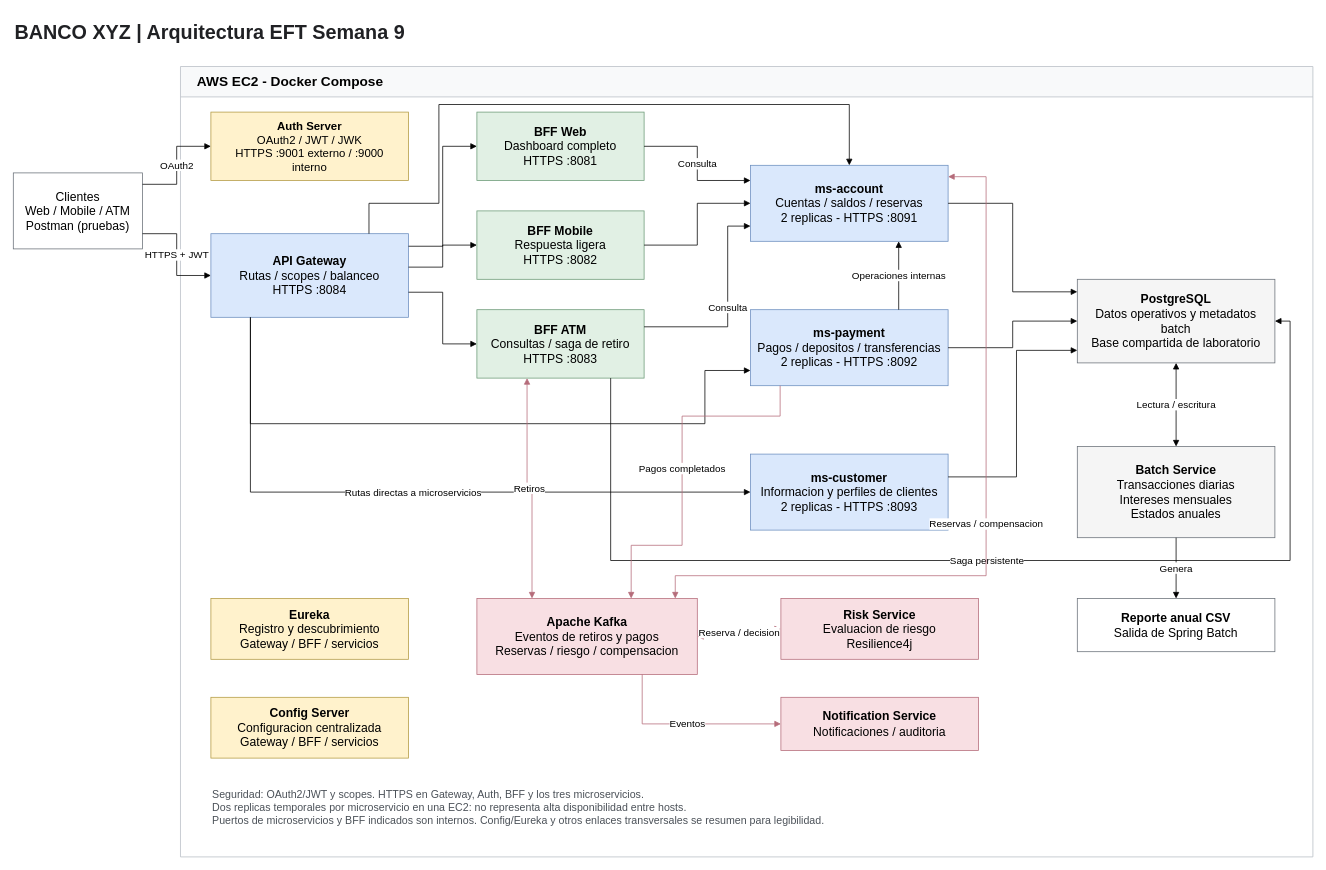
Above: evidencias/00-arquitectura.drawio in Arekkusu17/Desarrollo_Backend_III_Banco_XYZ (draw.io), before the change. Source tidied: cells renumbered, new cells numbered last; positions are measured from the earlier drawing's top-left corner, leaving out a move shared by most shapes. Both pictures are drawn from the tidied source at 76%, with x=0, y=0 at pixel (13, 13).
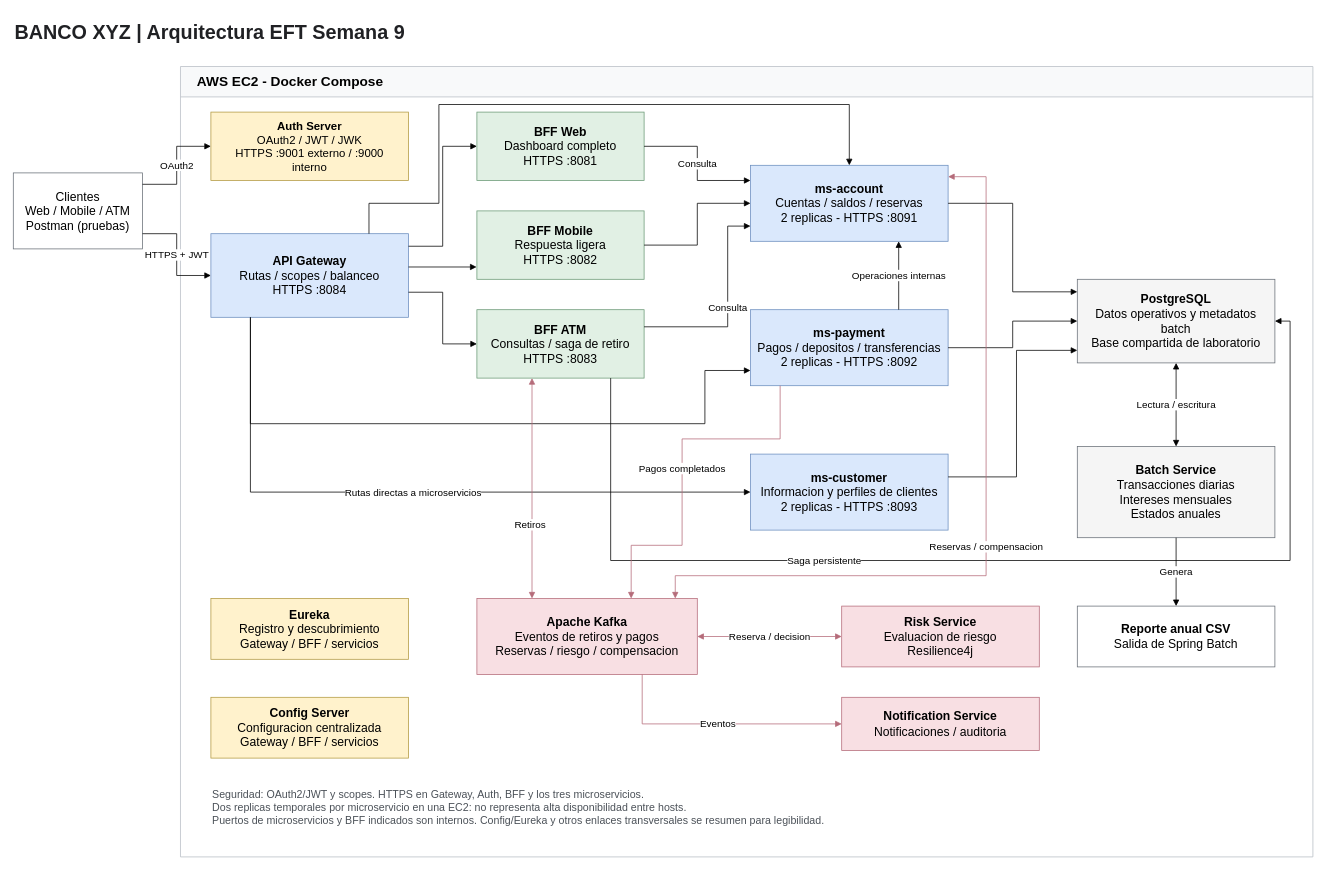
Above is the later version.

Unchanged cells that the change refers to:
```xml
<mxCell id="3" value="AWS EC2 - Docker Compose" style="swimlane;html=1;startSize=40;horizontal=1;rounded=0;fillColor=#f8f9fa;swimlaneFillColor=#ffffff;strokeColor=#b8bec5;fontSize=18;fontStyle=1;align=left;spacingLeft=20;" parent="1" vertex="1">
  <mxGeometry x="220" y="70" width="1490" height="1040" as="geometry" />
</mxCell>
<mxCell id="6" value="&lt;b&gt;API Gateway&lt;/b&gt;&lt;br&gt;Rutas / scopes / balanceo&lt;br&gt;HTTPS :8084" style="rounded=0;whiteSpace=wrap;html=1;fillColor=#dae8fc;strokeColor=#6c8ebf;fontSize=16;spacing=10;" parent="1" vertex="1">
  <mxGeometry x="260" y="290" width="260" height="110" as="geometry" />
</mxCell>
<mxCell id="8" value="&lt;b&gt;BFF Mobile&lt;/b&gt;&lt;br&gt;Respuesta ligera&lt;br&gt;HTTPS :8082" style="rounded=0;whiteSpace=wrap;html=1;fillColor=#e1f0e4;strokeColor=#6b9a76;fontSize=16;spacing=10;" parent="1" vertex="1">
  <mxGeometry x="610" y="260" width="220" height="90" as="geometry" />
</mxCell>
<mxCell id="9" value="&lt;b&gt;BFF ATM&lt;/b&gt;&lt;br&gt;Consultas / saga de retiro&lt;br&gt;HTTPS :8083" style="rounded=0;whiteSpace=wrap;html=1;fillColor=#e1f0e4;strokeColor=#6b9a76;fontSize=16;spacing=10;" parent="1" vertex="1">
  <mxGeometry x="610" y="390" width="220" height="90" as="geometry" />
</mxCell>
<mxCell id="10" value="&lt;b&gt;ms-account&lt;/b&gt;&lt;br&gt;Cuentas / saldos / reservas&lt;br&gt;2 replicas - HTTPS :8091" style="rounded=0;whiteSpace=wrap;html=1;fillColor=#dae8fc;strokeColor=#6c8ebf;fontSize=16;spacing=10;" parent="1" vertex="1">
  <mxGeometry x="970" y="200" width="260" height="100" as="geometry" />
</mxCell>
<mxCell id="11" value="&lt;b&gt;ms-payment&lt;/b&gt;&lt;br&gt;Pagos / depositos / transferencias&lt;br&gt;2 replicas - HTTPS :8092" style="rounded=0;whiteSpace=wrap;html=1;fillColor=#dae8fc;strokeColor=#6c8ebf;fontSize=16;spacing=10;" parent="1" vertex="1">
  <mxGeometry x="970" y="390" width="260" height="100" as="geometry" />
</mxCell>
<mxCell id="13" value="&lt;b&gt;PostgreSQL&lt;/b&gt;&lt;br&gt;Datos operativos y metadatos batch&lt;br&gt;Base compartida de laboratorio" style="rounded=0;whiteSpace=wrap;html=1;fillColor=#f5f5f5;strokeColor=#697078;fontSize=16;spacing=10;" parent="1" vertex="1">
  <mxGeometry x="1400" y="350" width="260" height="110" as="geometry" />
</mxCell>
<mxCell id="16" value="&lt;b&gt;Apache Kafka&lt;/b&gt;&lt;br&gt;Eventos de retiros y pagos&lt;br&gt;Reservas / riesgo / compensacion" style="rounded=0;whiteSpace=wrap;html=1;fillColor=#f8dfe3;strokeColor=#b56c7a;fontSize=16;spacing=10;" parent="1" vertex="1">
  <mxGeometry x="610" y="770" width="290" height="100" as="geometry" />
</mxCell>
```

Diff of the diagram source:
```diff
@@
+    <mxCell id="17" value="&lt;b&gt;Risk Service&lt;/b&gt;&lt;br&gt;Evaluacion de riesgo&lt;br&gt;Resilience4j" style="rounded=0;whiteSpace=wrap;html=1;fillColor=#f8dfe3;strokeColor=#b56c7a;fontSize=16;spacing=10;" parent="3" vertex="1">
+      <mxGeometry x="870" y="710" width="260" height="80" as="geometry" />
+    </mxCell>
+    <mxCell id="18" value="&lt;b&gt;Notification Service&lt;/b&gt;&lt;br&gt;Notificaciones / auditoria" style="rounded=0;whiteSpace=wrap;html=1;fillColor=#f8dfe3;strokeColor=#b56c7a;fontSize=16;spacing=10;" parent="3" vertex="1">
+      <mxGeometry x="870" y="830" width="260" height="70" as="geometry" />
+    </mxCell>
+    <mxCell id="15" value="&lt;b&gt;Reporte anual CSV&lt;/b&gt;&lt;br&gt;Salida de Spring Batch" style="rounded=0;whiteSpace=wrap;html=1;fillColor=#ffffff;strokeColor=#697078;fontSize=16;spacing=10;" parent="3" vertex="1">
+      <mxGeometry x="1180" y="710" width="260" height="80" as="geometry" />
+    </mxCell>
@@
-    <mxCell id="15" value="&lt;b&gt;Reporte anual CSV&lt;/b&gt;&lt;br&gt;Salida de Spring Batch" style="rounded=0;whiteSpace=wrap;html=1;fillColor=#ffffff;strokeColor=#697078;fontSize=16;spacing=10;" parent="1" vertex="1">
-      <mxGeometry x="1400" y="770" width="260" height="70" as="geometry" />
-    </mxCell>
@@
-    <mxCell id="17" value="&lt;b&gt;Risk Service&lt;/b&gt;&lt;br&gt;Evaluacion de riesgo&lt;br&gt;Resilience4j" style="rounded=0;whiteSpace=wrap;html=1;fillColor=#f8dfe3;strokeColor=#b56c7a;fontSize=16;spacing=10;" parent="1" vertex="1">
-      <mxGeometry x="1010" y="770" width="260" height="80" as="geometry" />
-    </mxCell>
-    <mxCell id="18" value="&lt;b&gt;Notification Service&lt;/b&gt;&lt;br&gt;Notificaciones / auditoria" style="rounded=0;whiteSpace=wrap;html=1;fillColor=#f8dfe3;strokeColor=#b56c7a;fontSize=16;spacing=10;" parent="1" vertex="1">
-      <mxGeometry x="1010" y="900" width="260" height="70" as="geometry" />
-    </mxCell>
@@
-    <mxCell id="25" style="edgeStyle=orthogonalEdgeStyle;rounded=0;html=1;endArrow=block;exitX=1;exitY=0.4;entryX=0;entryY=0.5;" parent="1" edge="1" source="6" target="8">
-      <mxGeometry relative="1" as="geometry" />
+    <mxCell id="25" style="edgeStyle=orthogonalEdgeStyle;rounded=0;html=1;endArrow=block;exitX=1;exitY=0.4;entryX=-0.002;entryY=0.82;entryDx=0;entryDy=0;entryPerimeter=0;" parent="1" edge="1" source="6" target="8">
+      <mxGeometry relative="1" as="geometry">
+        <Array as="points">
+          <mxPoint x="609.6" y="333.8" />
+        </Array>
+      </mxGeometry>
     </mxCell>
@@
     <mxCell id="37" value="Saga persistente" style="edgeStyle=orthogonalEdgeStyle;rounded=0;html=1;endArrow=block;fontSize=13;labelBackgroundColor=#ffffff;exitX=0.8;exitY=1;entryX=1;entryY=0.5;" parent="1" edge="1" source="9" target="13">
-      <mxGeometry relative="1" as="geometry">
+      <mxGeometry x="-0.29" relative="1" as="geometry">
         <Array as="points">
           <mxPoint x="786" y="720" />
           <mxPoint x="1680" y="720" />
           <mxPoint x="1680" y="405" />
         </Array>
       </mxGeometry>
     </mxCell>
@@
-    <mxCell id="40" value="Retiros" style="edgeStyle=orthogonalEdgeStyle;rounded=0;html=1;endArrow=block;startArrow=block;strokeColor=#b56c7a;fontSize=13;labelBackgroundColor=#ffffff;exitX=0.3;exitY=1;entryX=0.25;entryY=0;" parent="1" edge="1" source="9" target="16">
-      <mxGeometry relative="1" as="geometry" />
+    <mxCell id="40" value="Retiros" style="edgeStyle=orthogonalEdgeStyle;rounded=0;html=1;endArrow=block;startArrow=block;strokeColor=#b56c7a;fontSize=13;labelBackgroundColor=#ffffff;entryX=0.25;entryY=0;" parent="1" edge="1" target="16">
+      <mxGeometry x="0.33" y="-2" relative="1" as="geometry">
+        <mxPoint x="682.5" y="480" as="sourcePoint" />
+        <Array as="points">
+          <mxPoint x="682.5" y="480" />
+        </Array>
+        <mxPoint x="-1" as="offset" />
+      </mxGeometry>
     </mxCell>
     <mxCell id="41" value="Reservas / compensacion" style="edgeStyle=orthogonalEdgeStyle;rounded=0;html=1;endArrow=block;startArrow=block;strokeColor=#b56c7a;fontSize=13;labelBackgroundColor=#ffffff;exitX=1;exitY=0.15;entryX=0.9;entryY=0;" parent="1" edge="1" source="10" target="16">
-      <mxGeometry relative="1" as="geometry">
+      <mxGeometry x="0.06" relative="1" as="geometry">
         <Array as="points">
           <mxPoint x="1280" y="215" />
           <mxPoint x="1280" y="740" />
           <mxPoint x="871" y="740" />
         </Array>
       </mxGeometry>
     </mxCell>
     <mxCell id="42" value="Pagos completados" style="edgeStyle=orthogonalEdgeStyle;rounded=0;html=1;endArrow=block;strokeColor=#b56c7a;fontSize=13;labelBackgroundColor=#ffffff;exitX=0.15;exitY=1;entryX=0.7;entryY=0;" parent="1" edge="1" source="11" target="16">
       <mxGeometry relative="1" as="geometry">
         <Array as="points">
-          <mxPoint x="880" y="530" />
+          <mxPoint x="1009" y="560" />
+          <mxPoint x="880" y="560" />
           <mxPoint x="880" y="700" />
           <mxPoint x="813" y="700" />
         </Array>
       </mxGeometry>
     </mxCell>
```
